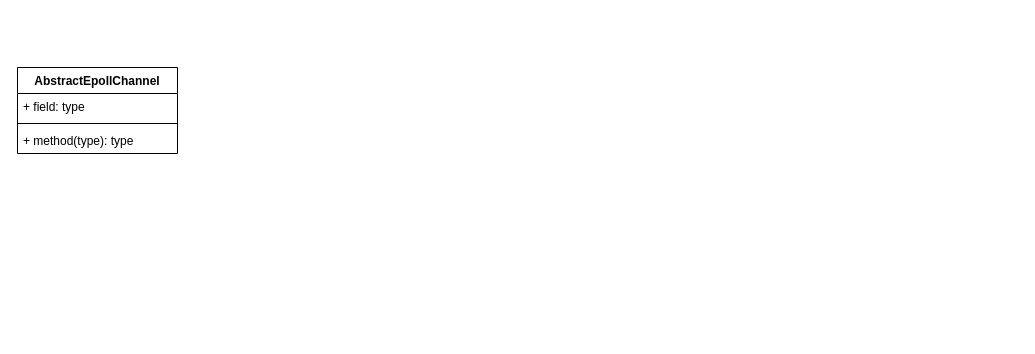
tadsimons/draw keeps this draw.io diagram as Netty.drawio. Above is the earlier version. Source tidied: cells renumbered, new cells numbered last; positions are measured from the earlier drawing's top-left corner, leaving out a move shared by most shapes. Both pictures are drawn from the tidied source at 100%, with x=0, y=0 at pixel (17, 67).
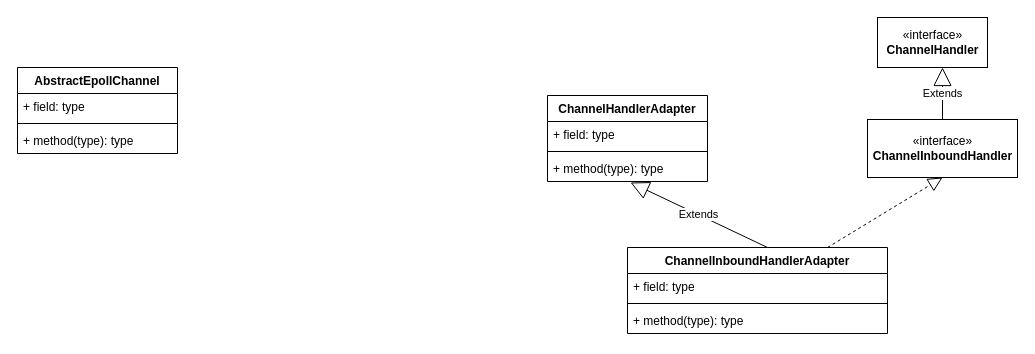
The same page after the edit.

What changed in the source:
```diff
@@
+    <mxCell id="6" value="ChannelHandlerAdapter" style="swimlane;fontStyle=1;align=center;verticalAlign=top;horizontal=1;startSize=26;fillColor=#FFFFFF;" parent="1" vertex="1">
+      <mxGeometry x="530" y="28" width="160" height="86" as="geometry" />
+    </mxCell>
+    <mxCell id="7" value="+ field: type" style="text;strokeColor=none;fillColor=none;align=left;verticalAlign=top;spacingLeft=4;spacingRight=4;overflow=hidden;" parent="6" vertex="1">
+      <mxGeometry y="26" width="160" height="26" as="geometry" />
+    </mxCell>
+    <mxCell id="8" style="line;strokeWidth=1;fillColor=none;align=left;verticalAlign=middle;spacingTop=-1;spacingLeft=3;spacingRight=3;labelPosition=right;" parent="6" vertex="1">
+      <mxGeometry y="52" width="160" height="8" as="geometry" />
+    </mxCell>
+    <mxCell id="9" value="+ method(type): type" style="text;strokeColor=none;fillColor=none;align=left;verticalAlign=top;spacingLeft=4;spacingRight=4;overflow=hidden;points=[[0,0.5],[1,0.5]];portConstraint=eastwest;" parent="6" vertex="1">
+      <mxGeometry y="60" width="160" height="26" as="geometry" />
+    </mxCell>
+    <mxCell id="10" value="«interface»&lt;br&gt;&lt;b&gt;ChannelInboundHandler&lt;/b&gt;" style="html=1;fillColor=#FFFFFF;" parent="1" vertex="1">
+      <mxGeometry x="850" y="52" width="150" height="58" as="geometry" />
+    </mxCell>
+    <mxCell id="11" value="«interface»&lt;br&gt;&lt;b&gt;ChannelHandler&lt;/b&gt;" style="html=1;fillColor=#FFFFFF;" parent="1" vertex="1">
+      <mxGeometry x="860" y="-50" width="110" height="50" as="geometry" />
+    </mxCell>
+    <mxCell id="12" value="Extends" style="endArrow=block;endSize=16;endFill=0;html=1;entryX=0.591;entryY=1;entryDx=0;entryDy=0;entryPerimeter=0;" parent="1" edge="1" source="10" target="11">
+      <mxGeometry relative="1" as="geometry" />
+    </mxCell>
+    <mxCell id="13" value="ChannelInboundHandlerAdapter" style="swimlane;fontStyle=1;align=center;verticalAlign=top;horizontal=1;startSize=26;fillColor=#FFFFFF;" parent="1" vertex="1">
+      <mxGeometry x="610" y="180" width="260" height="86" as="geometry" />
+    </mxCell>
+    <mxCell id="14" value="Extends" style="endArrow=block;endSize=16;endFill=0;html=1;entryX=0.519;entryY=1.038;entryDx=0;entryDy=0;entryPerimeter=0;" parent="13" edge="1" target="9">
+      <mxGeometry relative="1" as="geometry">
+        <mxPoint x="140" as="sourcePoint" />
+      </mxGeometry>
+    </mxCell>
+    <mxCell id="15" style="endArrow=block;dashed=1;endFill=0;endSize=12;html=1;entryX=0.5;entryY=1;entryDx=0;entryDy=0;" parent="13" edge="1" target="10">
+      <mxGeometry relative="1" as="geometry">
+        <mxPoint x="200" as="sourcePoint" />
+      </mxGeometry>
+    </mxCell>
+    <mxCell id="16" value="+ field: type" style="text;strokeColor=none;fillColor=none;align=left;verticalAlign=top;spacingLeft=4;spacingRight=4;overflow=hidden;" parent="13" vertex="1">
+      <mxGeometry y="26" width="260" height="26" as="geometry" />
+    </mxCell>
+    <mxCell id="17" style="line;strokeWidth=1;fillColor=none;align=left;verticalAlign=middle;spacingTop=-1;spacingLeft=3;spacingRight=3;labelPosition=right;" parent="13" vertex="1">
+      <mxGeometry y="52" width="260" height="8" as="geometry" />
+    </mxCell>
+    <mxCell id="18" value="+ method(type): type" style="text;strokeColor=none;fillColor=none;align=left;verticalAlign=top;spacingLeft=4;spacingRight=4;overflow=hidden;" parent="13" vertex="1">
+      <mxGeometry y="60" width="260" height="26" as="geometry" />
+    </mxCell>
```
